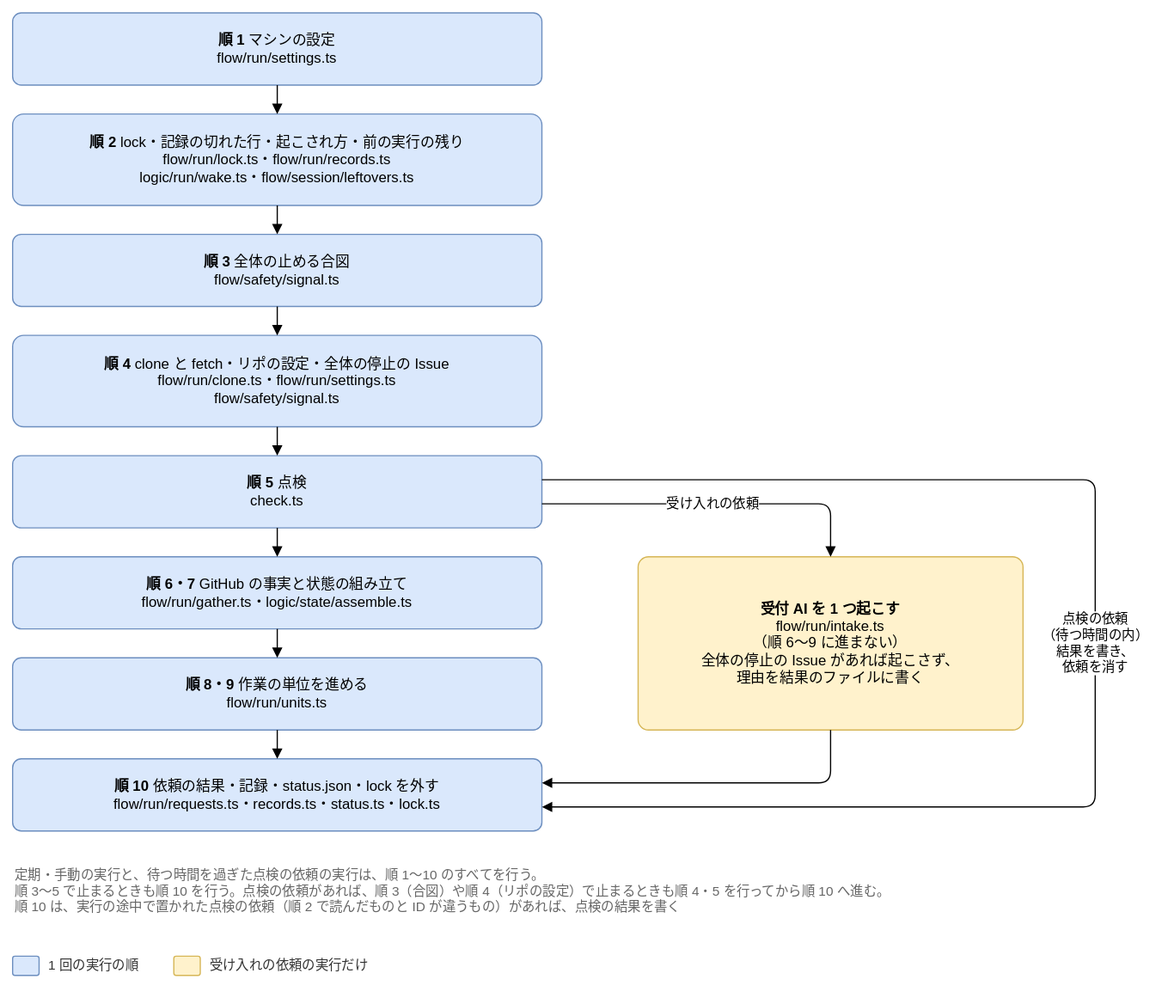
Before: docs/design/detailed/diagrams/08-run.drawio.svg, a diagram exported from draw.io (Joymerrevent/dev-autopilot). Source tidied: cells renumbered, new cells last; positions are measured from the earlier drawing's top-left corner, leaving out a move shared by most shapes.
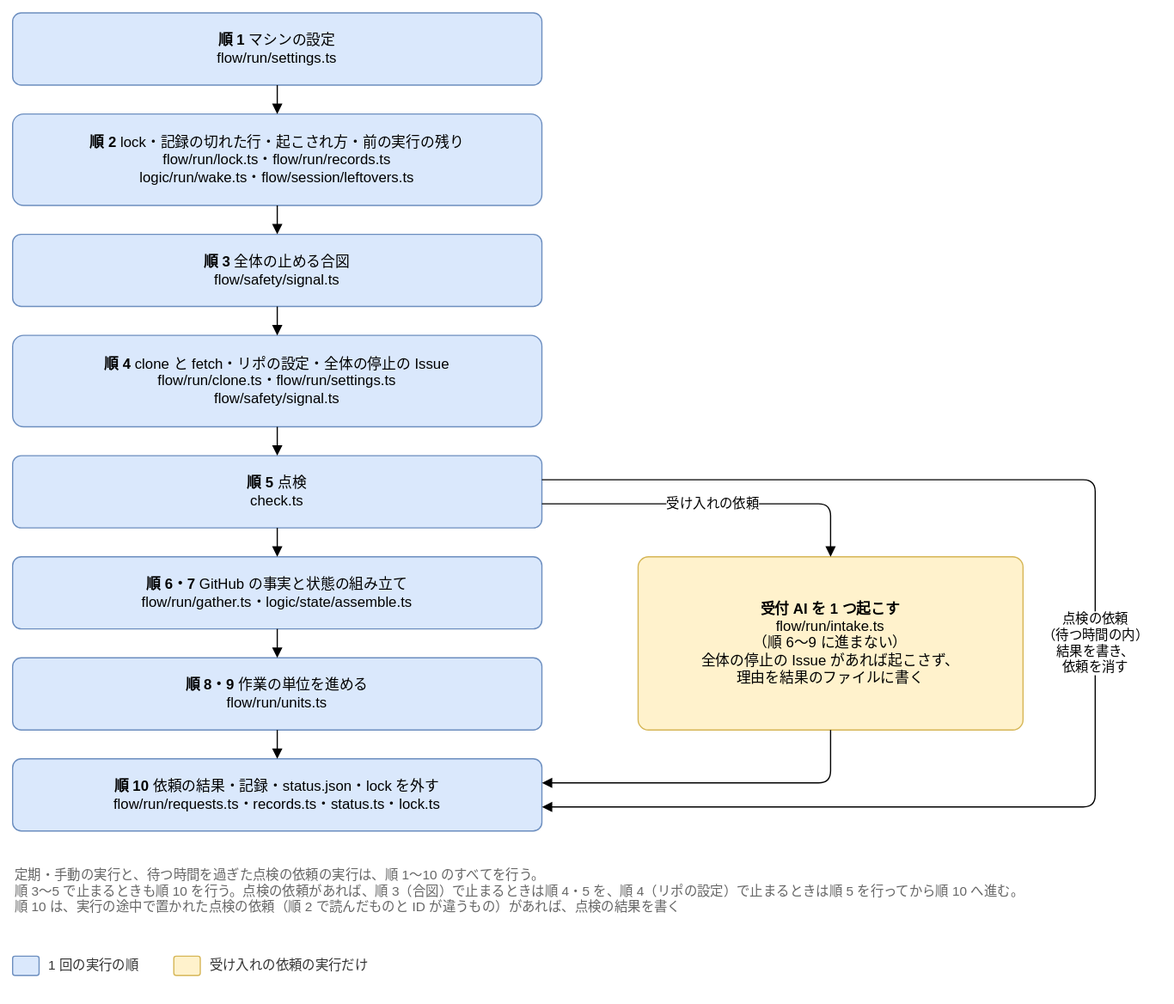
The same diagram one commit later.

Commit message:
docs(design): 08 の 1 回の実行の図の注を、点検の依頼で行う順の表の言い方に合わせる

2 回目の再レビューの低（L-7）：図 08-run の note の、点検の依頼で順 3・4 で止まるときに
行う順を、表の下の箇条と同じ言い方（順 3 なら順 4・5、順 4 なら順 5）に直す。

Claude-Session: https://claude.ai/code/session_01LvmXQN14Y95msvojZ6hWNP

The edit, as a diff of the source:
```diff
@@ -72,7 +72,7 @@
         </Array>
       </mxGeometry>
     </mxCell>
-    <mxCell id="21" value="定期・手動の実行と、待つ時間を過ぎた点検の依頼の実行は、順 1〜10 のすべてを行う。&lt;br&gt;順 3〜5 で止まるときも順 10 を行う。点検の依頼があれば、順 3（合図）や順 4（リポの設定）で止まるときも順 4・5 を行ってから順 10 へ進む。&lt;br&gt;順 10 は、実行の途中で置かれた点検の依頼（順 2 で読んだものと ID が違うもの）があれば、点検の結果を書く" style="text;html=1;whiteSpace=wrap;align=left;verticalAlign=top;fontSize=11;fontColor=#666666;" parent="1" vertex="1">
+    <mxCell id="21" value="定期・手動の実行と、待つ時間を過ぎた点検の依頼の実行は、順 1〜10 のすべてを行う。&lt;br&gt;順 3〜5 で止まるときも順 10 を行う。点検の依頼があれば、順 3（合図）で止まるときは順 4・5 を、順 4（リポの設定）で止まるときは順 5 を行ってから順 10 へ進む。&lt;br&gt;順 10 は、実行の途中で置かれた点検の依頼（順 2 で読んだものと ID が違うもの）があれば、点検の結果を書く" style="text;html=1;whiteSpace=wrap;align=left;verticalAlign=top;fontSize=11;fontColor=#666666;" parent="1" vertex="1">
       <mxGeometry y="704" width="920" height="64" as="geometry" />
     </mxCell>
     <mxCell id="22" style="rounded=1;whiteSpace=wrap;html=1;fontSize=12;arcSize=12;spacing=12;fillColor=#dae8fc;strokeColor=#6c8ebf;" parent="1" vertex="1">
```
